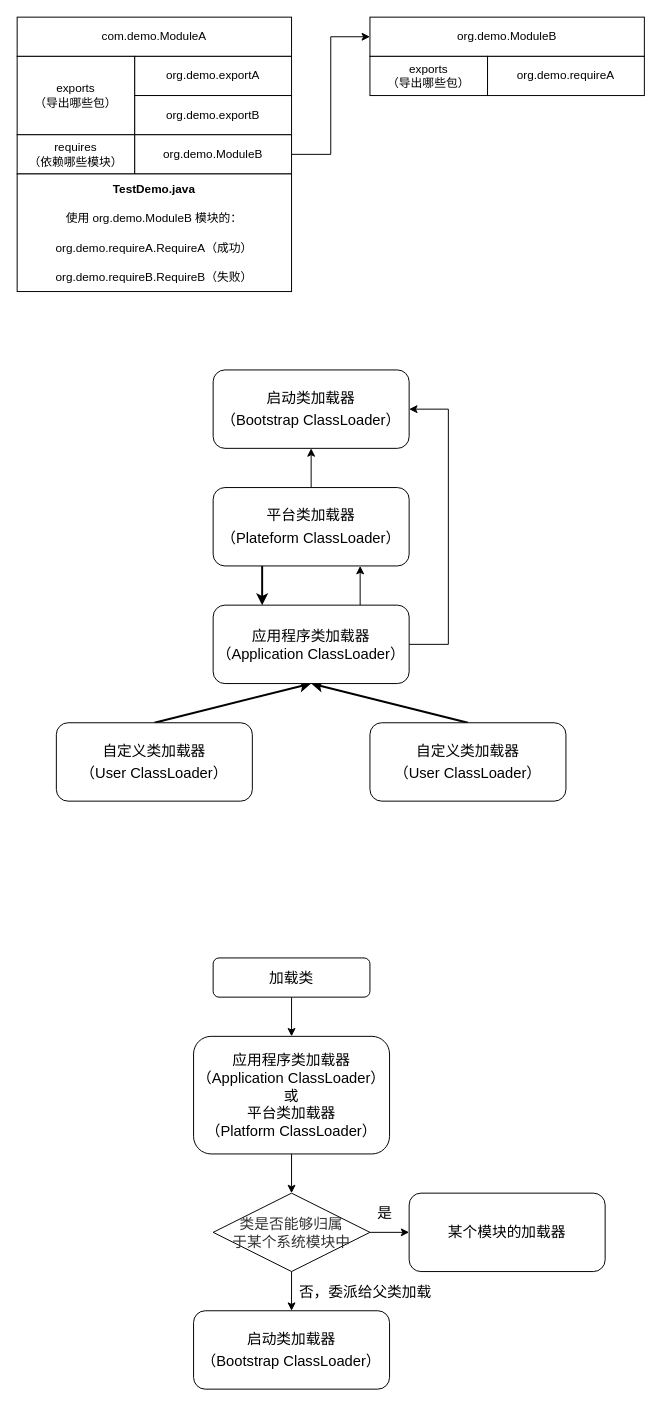
The draw.io diagram Java 9 新特性：模块化/Java 9 新特性：模块化.drawio in zero-97/picture-of-the-article, before the edit. Source tidied: cells renumbered, new cells numbered last; positions are measured from the earlier drawing's top-left corner, leaving out a move shared by most shapes. Both pictures are drawn from the tidied source at 98%, with x=0, y=0 at pixel (17, 17).
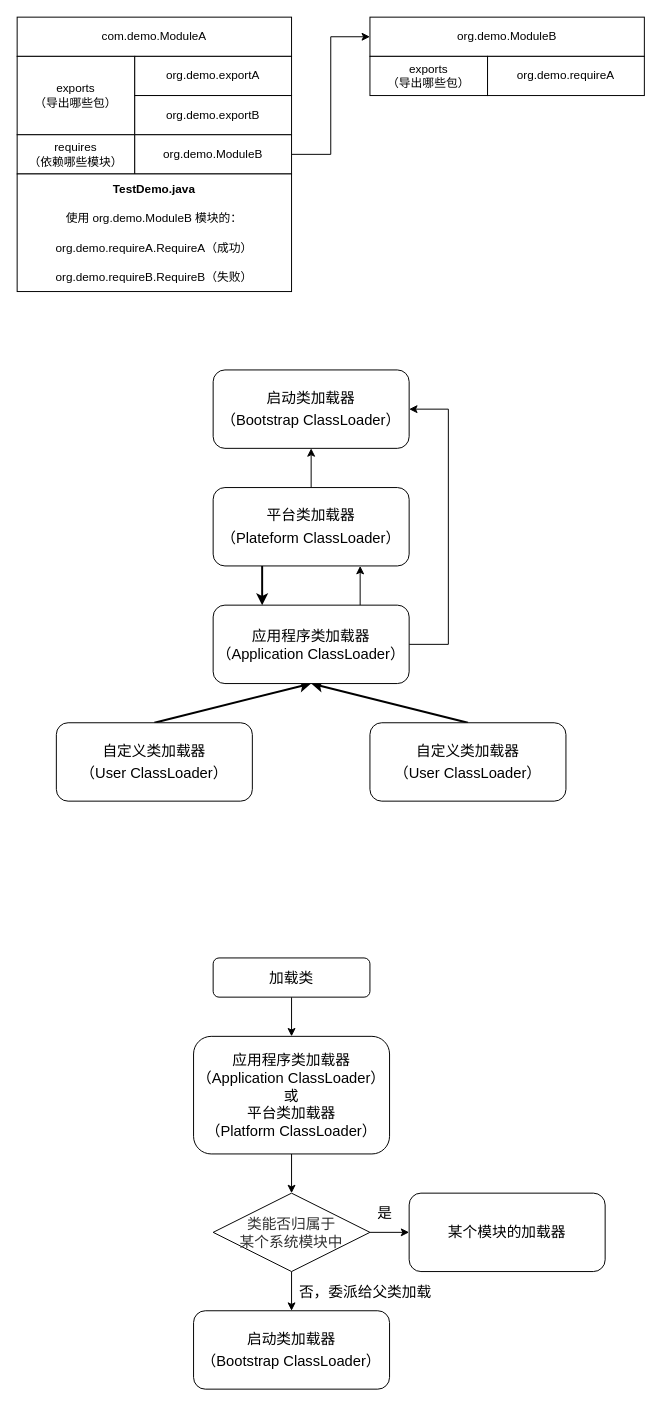
The same diagram, later.

Commit message:
Update Java 9 新特性：模块化.drawio

Diff of the diagram source:
```diff
@@
-    <mxCell id="30" value="&lt;font style=&quot;font-size: 15px&quot;&gt;&lt;span style=&quot;color: rgb(51 , 51 , 51) ; text-align: justify&quot;&gt;类&lt;/span&gt;&lt;span style=&quot;color: rgb(51 , 51 , 51) ; text-align: justify&quot;&gt;是&lt;/span&gt;&lt;span style=&quot;color: rgb(51 , 51 , 51) ; text-align: justify&quot;&gt;否&lt;/span&gt;&lt;span style=&quot;color: rgb(51 , 51 , 51) ; text-align: justify&quot;&gt;能够&lt;/span&gt;&lt;span style=&quot;color: rgb(51 , 51 , 51) ; text-align: justify&quot;&gt;归属&lt;br&gt;于某个系统模块中&lt;/span&gt;&lt;/font&gt;" style="rhombus;whiteSpace=wrap;html=1;fontSize=15;" parent="1" vertex="1">
+    <mxCell id="30" value="&lt;font style=&quot;font-size: 15px&quot;&gt;&lt;span style=&quot;color: rgb(51 , 51 , 51) ; text-align: justify&quot;&gt;类&lt;/span&gt;&lt;span style=&quot;color: rgb(51 , 51 , 51) ; text-align: justify&quot;&gt;能否&lt;/span&gt;&lt;span style=&quot;color: rgb(51 , 51 , 51) ; text-align: justify&quot;&gt;归属于&lt;br&gt;某个系统模块中&lt;/span&gt;&lt;/font&gt;" style="rhombus;whiteSpace=wrap;html=1;fontSize=15;" parent="1" vertex="1">
       <mxGeometry x="200" y="1200" width="160" height="80" as="geometry" />
     </mxCell>
```
